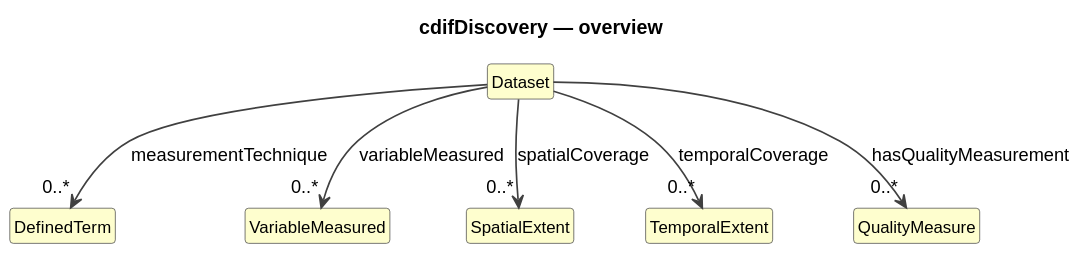
Cross-Domain-Interoperability-Framework/metadataBuildingBlocks keeps this PlantUML diagram as cdif-uml-model/cdifDiscovery/index.svg. Above is the earlier version.
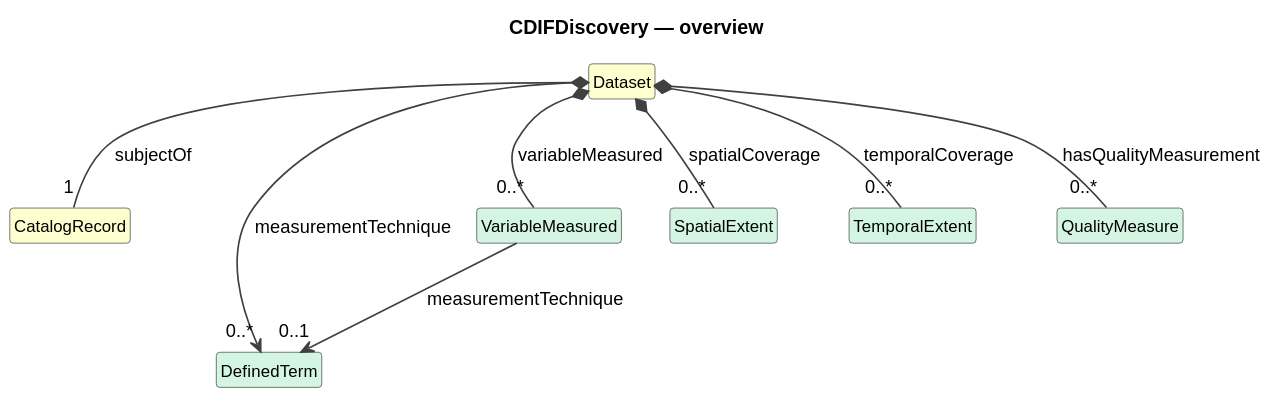
Above is the later version.

Change to the diagram source:
```diff
@@ -1,5 +1,5 @@
 @startuml
-title cdifDiscovery — overview
+title CDIFDiscovery — overview
 hide circle
 hide empty members
 skinparam shadowing false
@@ -11,20 +11,17 @@
 }
 
 class "Dataset" as Dataset #FEFECE
-
-class "DefinedTerm" as DefinedTerm #FEFECE
-
-class "VariableMeasured" as VariableMeasured #FEFECE
-
-class "SpatialExtent" as SpatialExtent #FEFECE
-
-class "TemporalExtent" as TemporalExtent #FEFECE
-
-class "QualityMeasure" as QualityMeasure #FEFECE
-
+class "CatalogRecord" as CatalogRecord #FEFECE
+class "DefinedTerm" as DefinedTerm #D5F5E3
+class "VariableMeasured" as VariableMeasured #D5F5E3
+class "SpatialExtent" as SpatialExtent #D5F5E3
+class "TemporalExtent" as TemporalExtent #D5F5E3
+class "QualityMeasure" as QualityMeasure #D5F5E3
+Dataset *-- "1" CatalogRecord : subjectOf
 Dataset --> "0..*" DefinedTerm : measurementTechnique
-Dataset --> "0..*" VariableMeasured : variableMeasured
-Dataset --> "0..*" SpatialExtent : spatialCoverage
-Dataset --> "0..*" TemporalExtent : temporalCoverage
-Dataset --> "0..*" QualityMeasure : hasQualityMeasurement
+Dataset *-- "0..*" VariableMeasured : variableMeasured
+Dataset *-- "0..*" SpatialExtent : spatialCoverage
+Dataset *-- "0..*" TemporalExtent : temporalCoverage
+Dataset *-- "0..*" QualityMeasure : hasQualityMeasurement
+VariableMeasured --> "0..1" DefinedTerm : measurementTechnique
 @enduml
```
